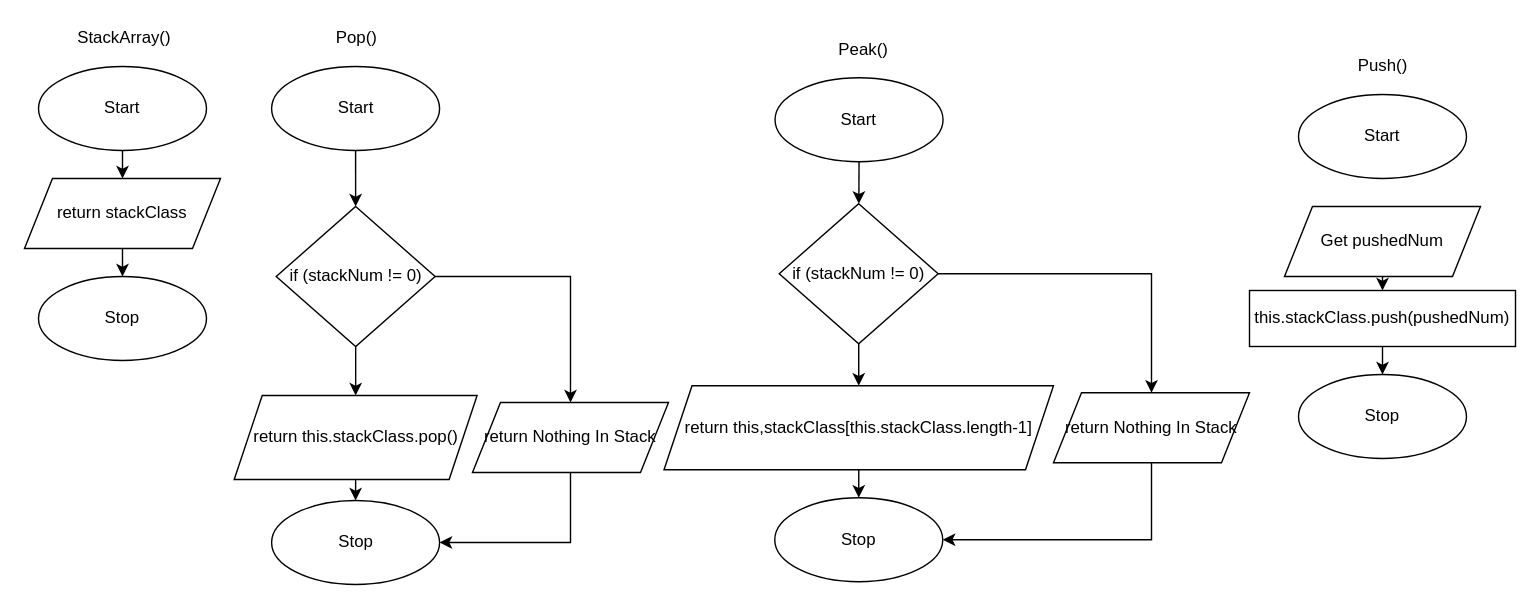
Above: Drawio/Flowchart1.drawio in JacksonNaufal/ics4u-unit2-03-typescript (draw.io), before the change. Source tidied: cells renumbered, new cells numbered last; positions are measured from the earlier drawing's top-left corner, leaving out a move shared by most shapes. Both pictures are drawn from the tidied source at 140%, with x=0, y=0 at pixel (24, 24).
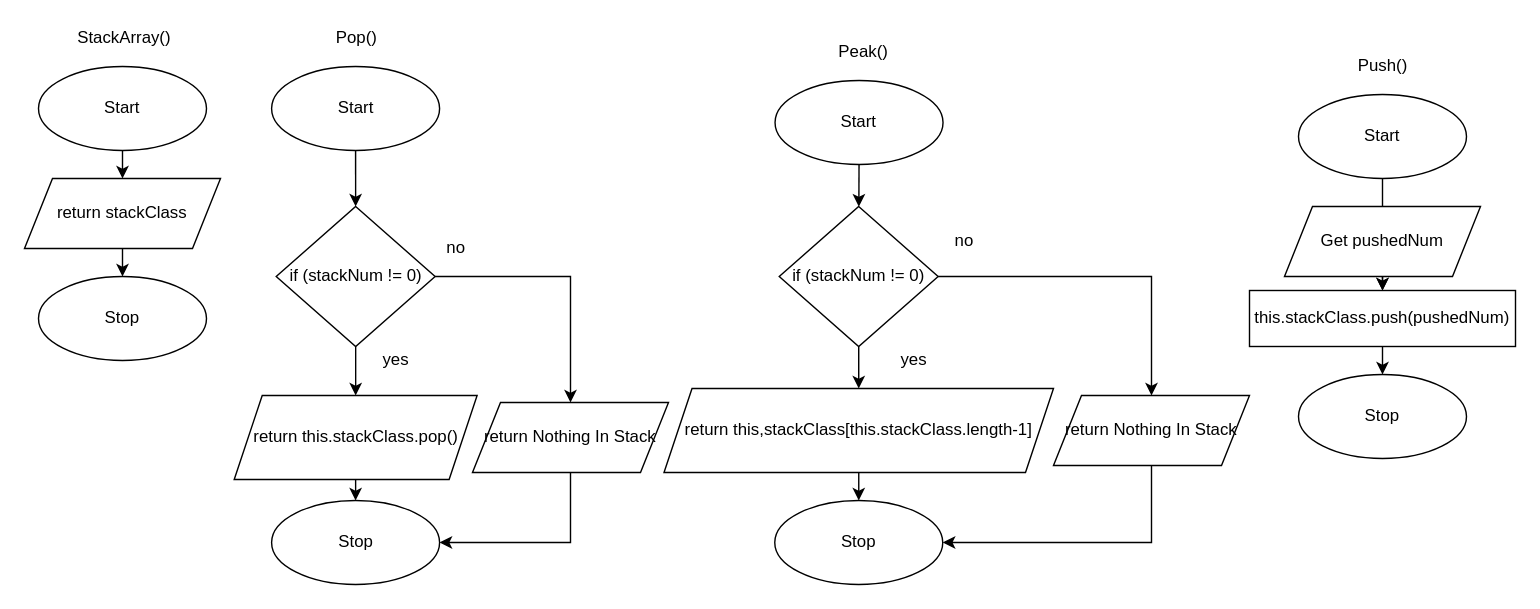
After the change.

Unchanged cells that the change refers to:
```xml
<mxCell id="14" value="Start" style="ellipse;whiteSpace=wrap;html=1;" parent="1" vertex="1">
  <mxGeometry x="910" y="50" width="120" height="60" as="geometry" />
</mxCell>
<mxCell id="20" value="this.stackClass.push(pushedNum)" style="whiteSpace=wrap;html=1;" parent="1" vertex="1">
  <mxGeometry x="875" y="190" width="190" height="40" as="geometry" />
</mxCell>
```

What changed in the source:
```diff
@@
+    <mxCell id="37" style="edgeStyle=none;rounded=0;html=1;" parent="1" edge="1" source="14" target="20">
+      <mxGeometry relative="1" as="geometry" />
+    </mxCell>
@@
     <mxCell id="22" value="Start" style="ellipse;whiteSpace=wrap;html=1;" parent="1" vertex="1">
-      <mxGeometry x="536.1" y="38" width="120" height="60" as="geometry" />
+      <mxGeometry x="536.1" y="40" width="120" height="60" as="geometry" />
     </mxCell>
@@
     <mxCell id="24" value="return this,stackClass[this.stackClass.length-1]" style="shape=parallelogram;perimeter=parallelogramPerimeter;whiteSpace=wrap;html=1;fixedSize=1;" parent="1" vertex="1">
-      <mxGeometry x="456.8" y="258" width="278.2" height="60" as="geometry" />
+      <mxGeometry x="456.8" y="260" width="278.2" height="60" as="geometry" />
     </mxCell>
     <mxCell id="25" value="Stop" style="ellipse;whiteSpace=wrap;html=1;" parent="1" vertex="1">
-      <mxGeometry x="535.9" y="338" width="120" height="60" as="geometry" />
+      <mxGeometry x="535.9" y="340" width="120" height="60" as="geometry" />
     </mxCell>
     <mxCell id="26" value="Peak()" style="text;html=1;align=center;verticalAlign=middle;strokeColor=none;fillColor=none;" parent="1" vertex="1">
-      <mxGeometry x="574.1" y="8" width="50" height="20" as="geometry" />
+      <mxGeometry x="574.1" y="10" width="50" height="20" as="geometry" />
     </mxCell>
@@
     <mxCell id="33" style="edgeStyle=none;rounded=0;html=1;entryX=0.5;entryY=0;entryDx=0;entryDy=0;" parent="1" edge="1" source="34" target="36">
       <mxGeometry relative="1" as="geometry">
         <Array as="points">
-          <mxPoint x="805" y="178" />
+          <mxPoint x="805" y="180" />
         </Array>
       </mxGeometry>
     </mxCell>
     <mxCell id="34" value="if (stackNum != 0)" style="rhombus;whiteSpace=wrap;html=1;" parent="1" vertex="1">
-      <mxGeometry x="539.1" y="128" width="113.5" height="100" as="geometry" />
+      <mxGeometry x="539.1" y="130" width="113.5" height="100" as="geometry" />
     </mxCell>
     <mxCell id="35" style="edgeStyle=none;rounded=0;html=1;entryX=1;entryY=0.5;entryDx=0;entryDy=0;" parent="1" edge="1" source="36" target="25">
       <mxGeometry relative="1" as="geometry">
         <Array as="points">
-          <mxPoint x="805" y="368" />
+          <mxPoint x="805" y="370" />
         </Array>
       </mxGeometry>
     </mxCell>
     <mxCell id="36" value="return Nothing In Stack" style="shape=parallelogram;perimeter=parallelogramPerimeter;whiteSpace=wrap;html=1;fixedSize=1;" parent="1" vertex="1">
-      <mxGeometry x="735" y="263" width="140" height="50" as="geometry" />
+      <mxGeometry x="735" y="265" width="140" height="50" as="geometry" />
     </mxCell>
+    <mxCell id="38" value="yes" style="text;html=1;align=center;verticalAlign=middle;strokeColor=none;fillColor=none;" parent="1" vertex="1">
+      <mxGeometry x="250" y="230" width="30" height="20" as="geometry" />
+    </mxCell>
+    <mxCell id="39" value="no" style="text;html=1;align=center;verticalAlign=middle;strokeColor=none;fillColor=none;" parent="1" vertex="1">
+      <mxGeometry x="293.2" y="150" width="30" height="20" as="geometry" />
+    </mxCell>
+    <mxCell id="40" value="yes" style="text;html=1;align=center;verticalAlign=middle;strokeColor=none;fillColor=none;" parent="1" vertex="1">
+      <mxGeometry x="620" y="230" width="30" height="20" as="geometry" />
+    </mxCell>
+    <mxCell id="41" value="no" style="text;html=1;align=center;verticalAlign=middle;strokeColor=none;fillColor=none;" parent="1" vertex="1">
+      <mxGeometry x="656.1" y="145" width="30" height="20" as="geometry" />
+    </mxCell>
```
